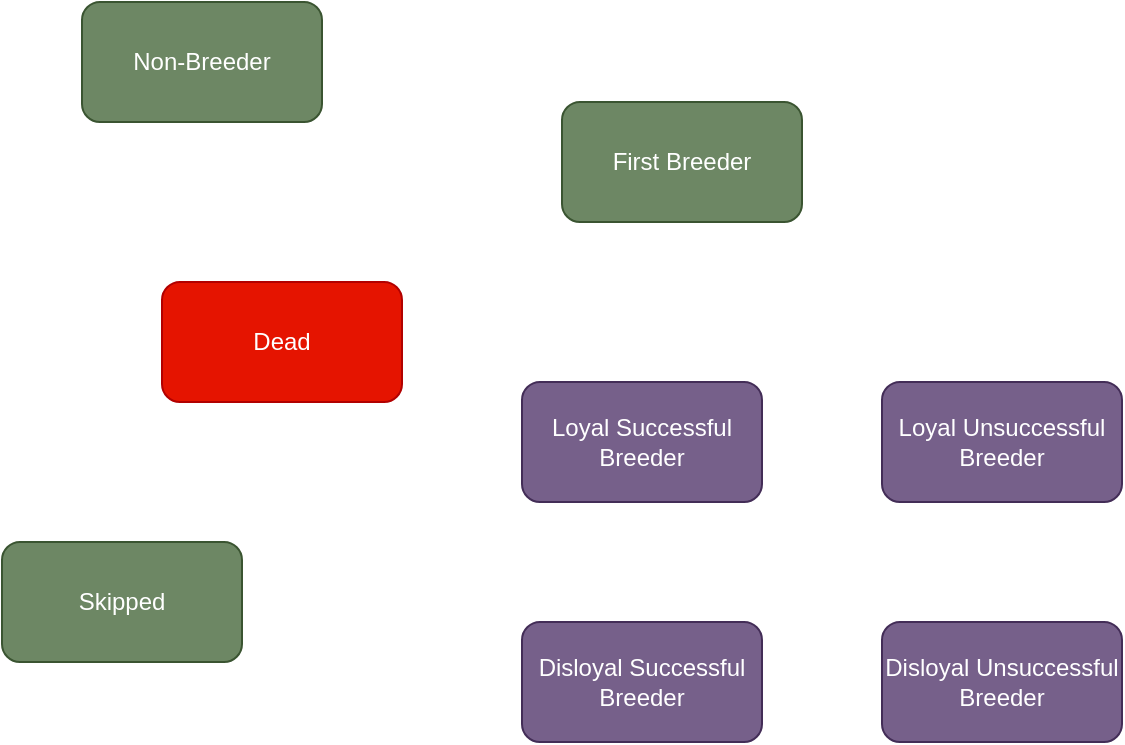
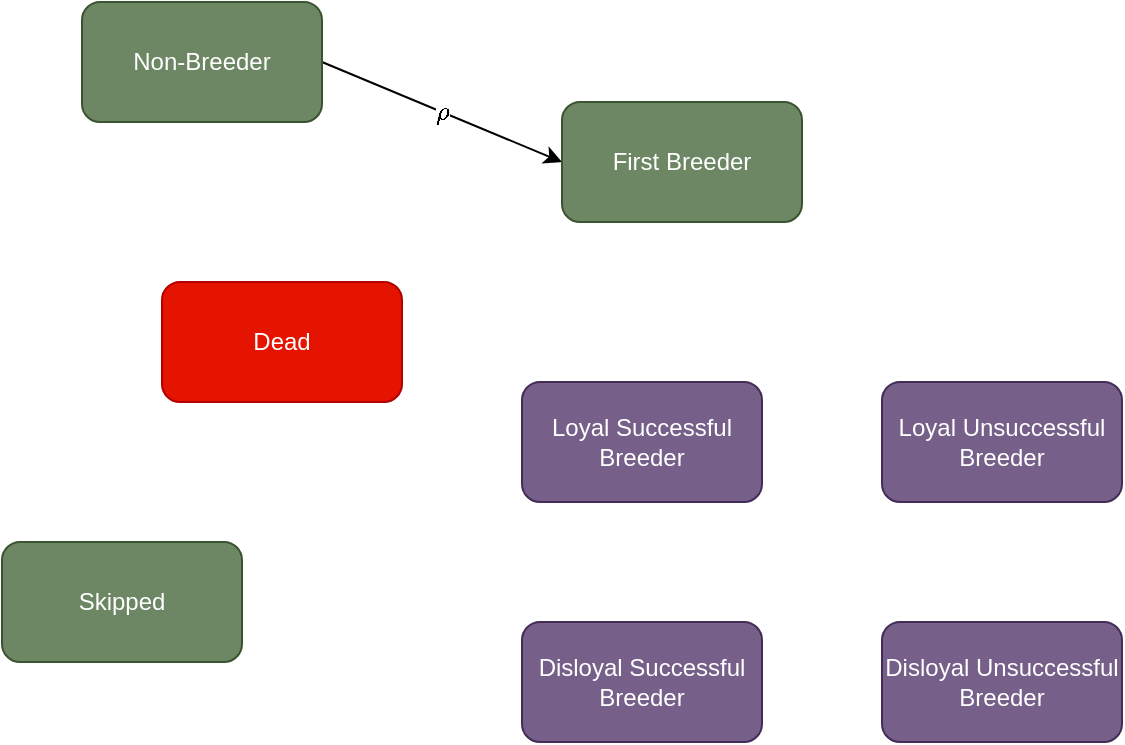
<mxfile host="app.diagrams.net">
  <diagram name="Page-1" id="wUDSlnhzwO5cUAxV7Eql">
-     <mxGraphModel dx="1414" dy="778" grid="1" gridSize="10" guides="1" tooltips="1" connect="1" arrows="1" fold="1" page="1" pageScale="1" pageWidth="827" pageHeight="1169" math="0" shadow="0">
+     <mxGraphModel dx="673" dy="370" grid="1" gridSize="10" guides="1" tooltips="1" connect="1" arrows="1" fold="1" page="1" pageScale="1" pageWidth="827" pageHeight="1169" math="0" shadow="0">
      <root>
        <mxCell id="0" />
        <mxCell id="1" parent="0" />
+         <mxCell id="mwtGU6Sjf1rz2MGoIkJN-2" edge="1" parent="1" source="S9xtnQWW3qivG_twg9RA-1" style="rounded=0;orthogonalLoop=1;jettySize=auto;html=1;exitX=1;exitY=0.5;exitDx=0;exitDy=0;entryX=0;entryY=0.5;entryDx=0;entryDy=0;" target="S9xtnQWW3qivG_twg9RA-2">
+           <mxGeometry relative="1" as="geometry" />
+         </mxCell>
+         <mxCell id="mwtGU6Sjf1rz2MGoIkJN-3" connectable="0" parent="mwtGU6Sjf1rz2MGoIkJN-2" style="edgeLabel;html=1;align=center;verticalAlign=middle;resizable=0;points=[];" value="&lt;div&gt;\(\rho\)&lt;/div&gt;" vertex="1">
+           <mxGeometry relative="1" x="-0.0084" as="geometry">
+             <mxPoint as="offset" />
+           </mxGeometry>
+         </mxCell>
        <mxCell id="S9xtnQWW3qivG_twg9RA-1" parent="1" style="rounded=1;whiteSpace=wrap;html=1;fillColor=#6d8764;fontColor=#ffffff;strokeColor=#3A5431;" value="Non-Breeder" vertex="1">
          <mxGeometry height="60" width="120" x="80" y="40" as="geometry" />
        </mxCell>
        <mxCell id="S9xtnQWW3qivG_twg9RA-2" parent="1" style="rounded=1;whiteSpace=wrap;html=1;fillColor=#6d8764;fontColor=#ffffff;strokeColor=#3A5431;" value="First Breeder" vertex="1">
          <mxGeometry height="60" width="120" x="320" y="90" as="geometry" />
        </mxCell>
        <mxCell id="S9xtnQWW3qivG_twg9RA-3" parent="1" style="rounded=1;whiteSpace=wrap;html=1;fillColor=#76608a;strokeColor=#432D57;fontColor=#ffffff;" value="Loyal Successful Breeder" vertex="1">
          <mxGeometry height="60" width="120" x="300" y="230" as="geometry" />
        </mxCell>
        <mxCell id="S9xtnQWW3qivG_twg9RA-4" parent="1" style="rounded=1;whiteSpace=wrap;html=1;fillColor=#76608a;strokeColor=#432D57;fontColor=#ffffff;" value="Disloyal Successful Breeder" vertex="1">
          <mxGeometry height="60" width="120" x="300" y="350" as="geometry" />
        </mxCell>
        <mxCell id="S9xtnQWW3qivG_twg9RA-5" parent="1" style="rounded=1;whiteSpace=wrap;html=1;fillColor=#76608a;strokeColor=#432D57;fontColor=#ffffff;" value="Loyal Unsuccessful Breeder" vertex="1">
          <mxGeometry height="60" width="120" x="480" y="230" as="geometry" />
        </mxCell>
        <mxCell id="S9xtnQWW3qivG_twg9RA-6" parent="1" style="rounded=1;whiteSpace=wrap;html=1;fillColor=#76608a;strokeColor=#432D57;fontColor=#ffffff;" value="Disloyal Unsuccessful Breeder" vertex="1">
          <mxGeometry height="60" width="120" x="480" y="350" as="geometry" />
        </mxCell>
        <mxCell id="S9xtnQWW3qivG_twg9RA-7" parent="1" style="rounded=1;whiteSpace=wrap;html=1;fillColor=#6d8764;fontColor=#ffffff;strokeColor=#3A5431;" value="Skipped" vertex="1">
          <mxGeometry height="60" width="120" x="40" y="310" as="geometry" />
        </mxCell>
        <mxCell id="S9xtnQWW3qivG_twg9RA-8" parent="1" style="rounded=1;whiteSpace=wrap;html=1;fillColor=#e51400;fontColor=#ffffff;strokeColor=#B20000;" value="Dead" vertex="1">
          <mxGeometry height="60" width="120" x="120" y="180" as="geometry" />
        </mxCell>
      </root>
    </mxGraphModel>
  </diagram>
</mxfile>
